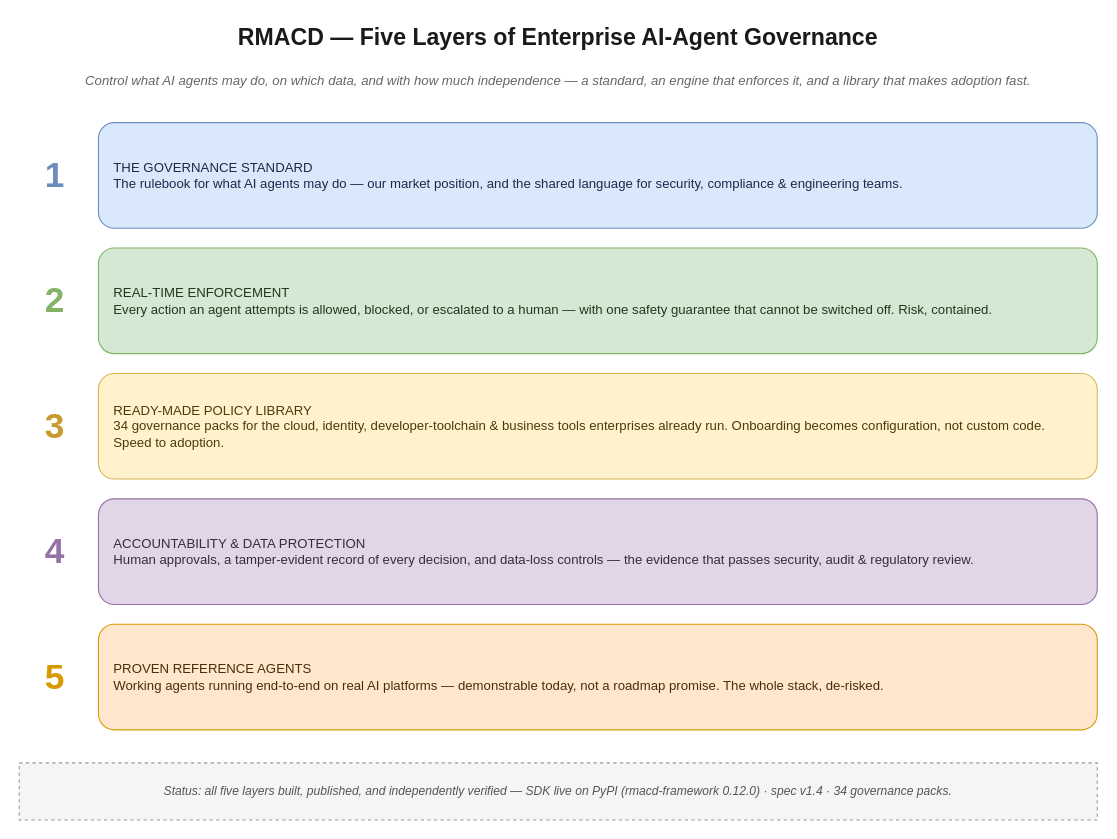
This is docs/RMACD_Layers_Overview.drawio from rmacdframework/spec, a draw.io file, before an edit. Source tidied: cells renumbered, new cells numbered last; positions are measured from the earlier drawing's top-left corner, leaving out a move shared by most shapes. Both pictures are drawn from the tidied source at 110%, with x=0, y=0 at pixel (19, 19).
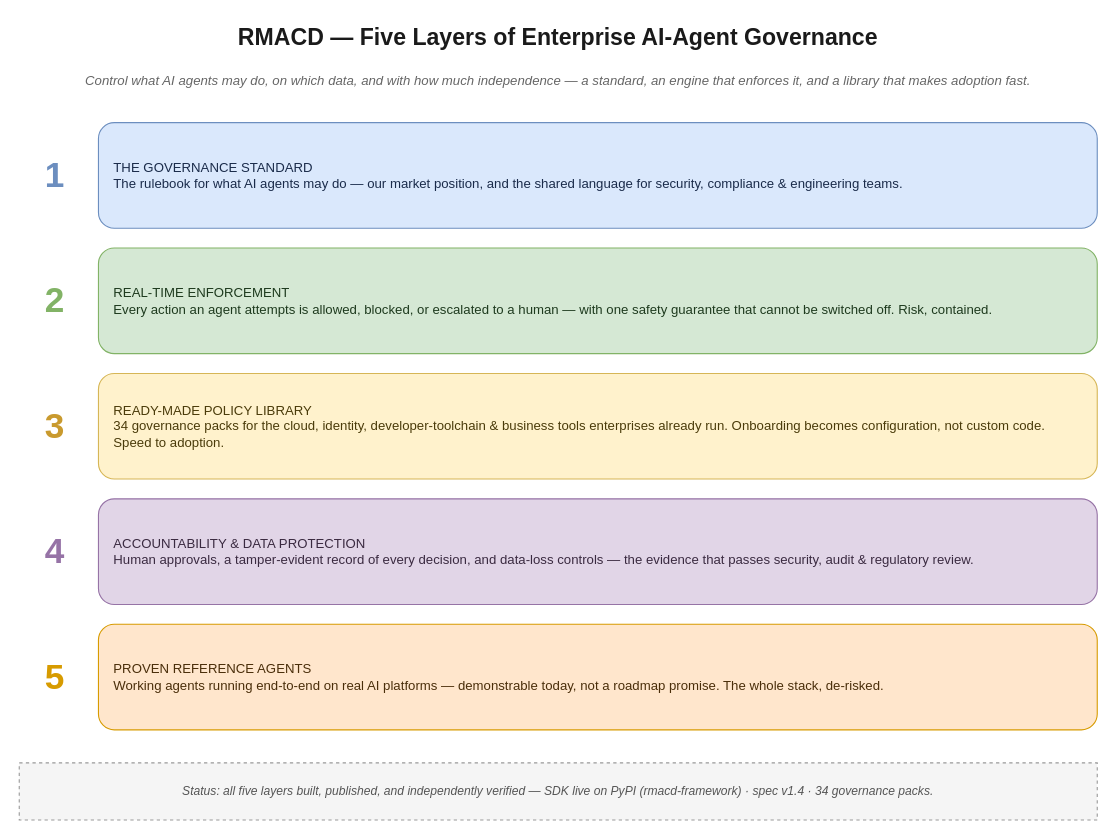
After the change.

Diff of the diagram source:
```diff
@@
 <mxGraphModel>
   <root>
     <mxCell id="0" />
     <mxCell id="1" parent="0" />
     <mxCell id="2" value="RMACD — Five Layers of Enterprise AI-Agent Governance" style="text;html=1;align=center;verticalAlign=middle;whiteSpace=wrap;fontSize=21;fontStyle=1;fontColor=#1A1A1A;" parent="1" vertex="1">
       <mxGeometry width="980" height="32" as="geometry" />
     </mxCell>
     <mxCell id="3" value="Control what AI agents may do, on which data, and with how much independence — a standard, an engine that enforces it, and a library that makes adoption fast." style="text;html=1;align=center;verticalAlign=middle;whiteSpace=wrap;fontSize=12;fontStyle=2;fontColor=#666666;" parent="1" vertex="1">
       <mxGeometry x="30" y="36" width="920" height="40" as="geometry" />
     </mxCell>
     <mxCell id="4" value="1" style="text;html=1;align=center;verticalAlign=middle;fontSize=32;fontStyle=1;fontColor=#6C8EBF;" parent="1" vertex="1">
       <mxGeometry y="94" width="64" height="96" as="geometry" />
     </mxCell>
     <mxCell id="5" value="THE GOVERNANCE STANDARD&#10;The rulebook for what AI agents may do — our market position, and the shared language for security, compliance &amp; engineering teams." style="rounded=1;whiteSpace=wrap;html=1;fillColor=#DAE8FC;strokeColor=#6C8EBF;fontSize=12;fontColor=#1A2B4A;align=left;verticalAlign=middle;spacingLeft=12;spacingRight=10;" parent="1" vertex="1">
       <mxGeometry x="72" y="94" width="908" height="96" as="geometry" />
     </mxCell>
     <mxCell id="6" value="2" style="text;html=1;align=center;verticalAlign=middle;fontSize=32;fontStyle=1;fontColor=#82B366;" parent="1" vertex="1">
       <mxGeometry y="208" width="64" height="96" as="geometry" />
     </mxCell>
     <mxCell id="7" value="REAL-TIME ENFORCEMENT&#10;Every action an agent attempts is allowed, blocked, or escalated to a human — with one safety guarantee that cannot be switched off. Risk, contained." style="rounded=1;whiteSpace=wrap;html=1;fillColor=#D5E8D4;strokeColor=#82B366;fontSize=12;fontColor=#1E3A1E;align=left;verticalAlign=middle;spacingLeft=12;spacingRight=10;" parent="1" vertex="1">
       <mxGeometry x="72" y="208" width="908" height="96" as="geometry" />
     </mxCell>
     <mxCell id="8" value="3" style="text;html=1;align=center;verticalAlign=middle;fontSize=32;fontStyle=1;fontColor=#C99A2E;" parent="1" vertex="1">
       <mxGeometry y="322" width="64" height="96" as="geometry" />
     </mxCell>
     <mxCell id="9" value="READY-MADE POLICY LIBRARY&#10;34 governance packs for the cloud, identity, developer-toolchain &amp; business tools enterprises already run. Onboarding becomes configuration, not custom code. Speed to adoption." style="rounded=1;whiteSpace=wrap;html=1;fillColor=#FFF2CC;strokeColor=#D6B656;fontSize=12;fontColor=#4A3B0A;align=left;verticalAlign=middle;spacingLeft=12;spacingRight=10;" parent="1" vertex="1">
       <mxGeometry x="72" y="322" width="908" height="96" as="geometry" />
     </mxCell>
     <mxCell id="10" value="4" style="text;html=1;align=center;verticalAlign=middle;fontSize=32;fontStyle=1;fontColor=#9673A6;" parent="1" vertex="1">
       <mxGeometry y="436" width="64" height="96" as="geometry" />
     </mxCell>
     <mxCell id="11" value="ACCOUNTABILITY &amp; DATA PROTECTION&#10;Human approvals, a tamper-evident record of every decision, and data-loss controls — the evidence that passes security, audit &amp; regulatory review." style="rounded=1;whiteSpace=wrap;html=1;fillColor=#E1D5E7;strokeColor=#9673A6;fontSize=12;fontColor=#3A2A40;align=left;verticalAlign=middle;spacingLeft=12;spacingRight=10;" parent="1" vertex="1">
       <mxGeometry x="72" y="436" width="908" height="96" as="geometry" />
     </mxCell>
     <mxCell id="12" value="5" style="text;html=1;align=center;verticalAlign=middle;fontSize=32;fontStyle=1;fontColor=#D79B00;" parent="1" vertex="1">
       <mxGeometry y="550" width="64" height="96" as="geometry" />
     </mxCell>
     <mxCell id="13" value="PROVEN REFERENCE AGENTS&#10;Working agents running end-to-end on real AI platforms — demonstrable today, not a roadmap promise. The whole stack, de-risked." style="rounded=1;whiteSpace=wrap;html=1;fillColor=#FFE6CC;strokeColor=#D79B00;fontSize=12;fontColor=#4A2E0A;align=left;verticalAlign=middle;spacingLeft=12;spacingRight=10;" parent="1" vertex="1">
       <mxGeometry x="72" y="550" width="908" height="96" as="geometry" />
     </mxCell>
-    <mxCell id="14" value="Status: all five layers built, published, and independently verified — SDK live on PyPI (rmacd-framework 0.12.0) · spec v1.4 · 34 governance packs." style="rounded=0;whiteSpace=wrap;html=1;dashed=1;fillColor=#F5F5F5;strokeColor=#999999;fontSize=11;fontStyle=2;fontColor=#555555;align=center;verticalAlign=middle;" parent="1" vertex="1">
+    <mxCell id="14" value="Status: all five layers built, published, and independently verified — SDK live on PyPI (rmacd-framework) · spec v1.4 · 34 governance packs." style="rounded=0;whiteSpace=wrap;html=1;dashed=1;fillColor=#F5F5F5;strokeColor=#999999;fontSize=11;fontStyle=2;fontColor=#555555;align=center;verticalAlign=middle;" parent="1" vertex="1">
       <mxGeometry y="676" width="980" height="52" as="geometry" />
     </mxCell>
   </root>
 </mxGraphModel>
```
